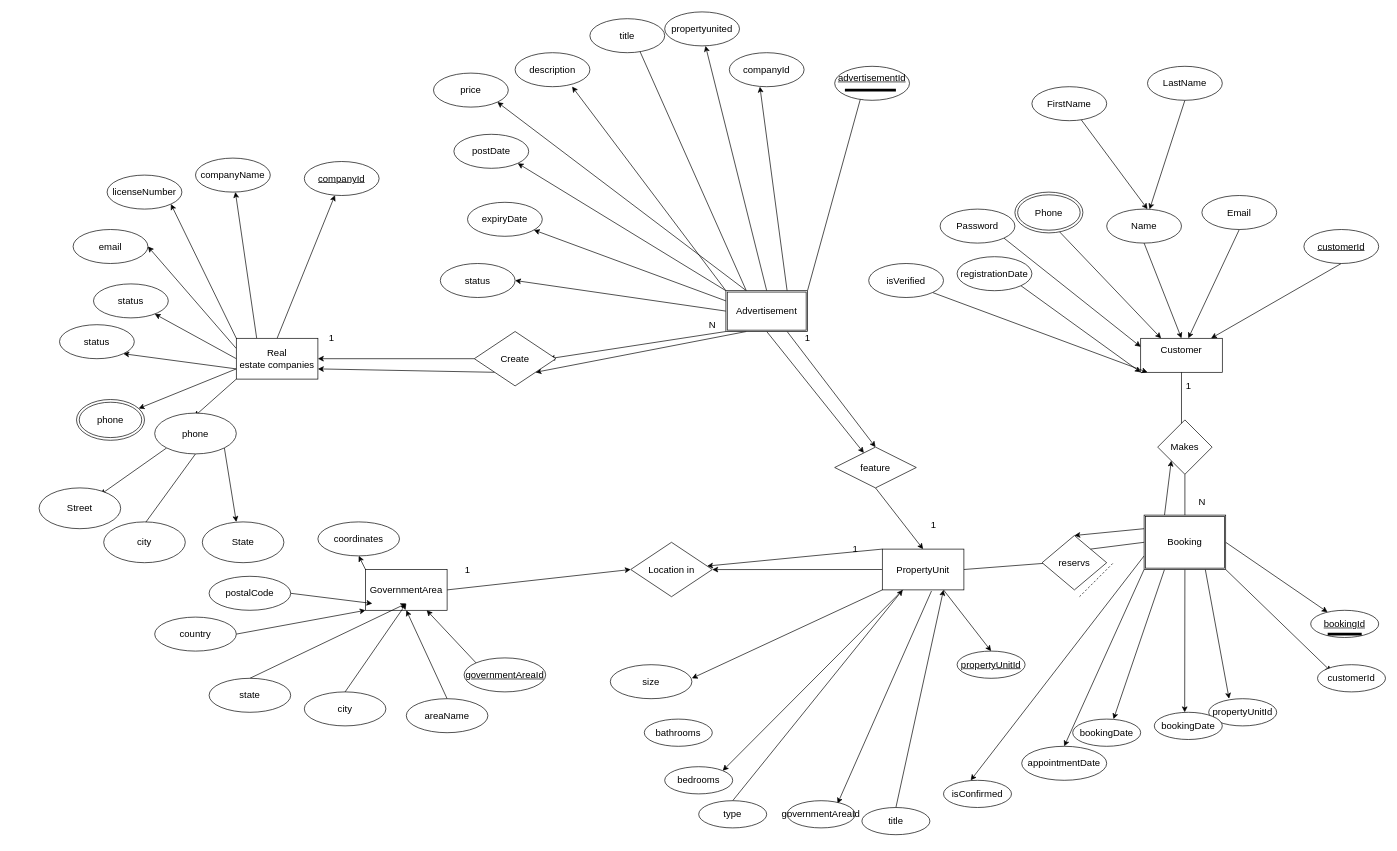
Earlier version of the draw.io diagram aqary-ERD..drawio (mohamed-719/aqary-application). Source tidied: cells renumbered, new cells numbered last; positions are measured from the earlier drawing's top-left corner, leaving out a move shared by most shapes. Both pictures are drawn from the tidied source at 68%, with x=0, y=0 at pixel (39, 12).
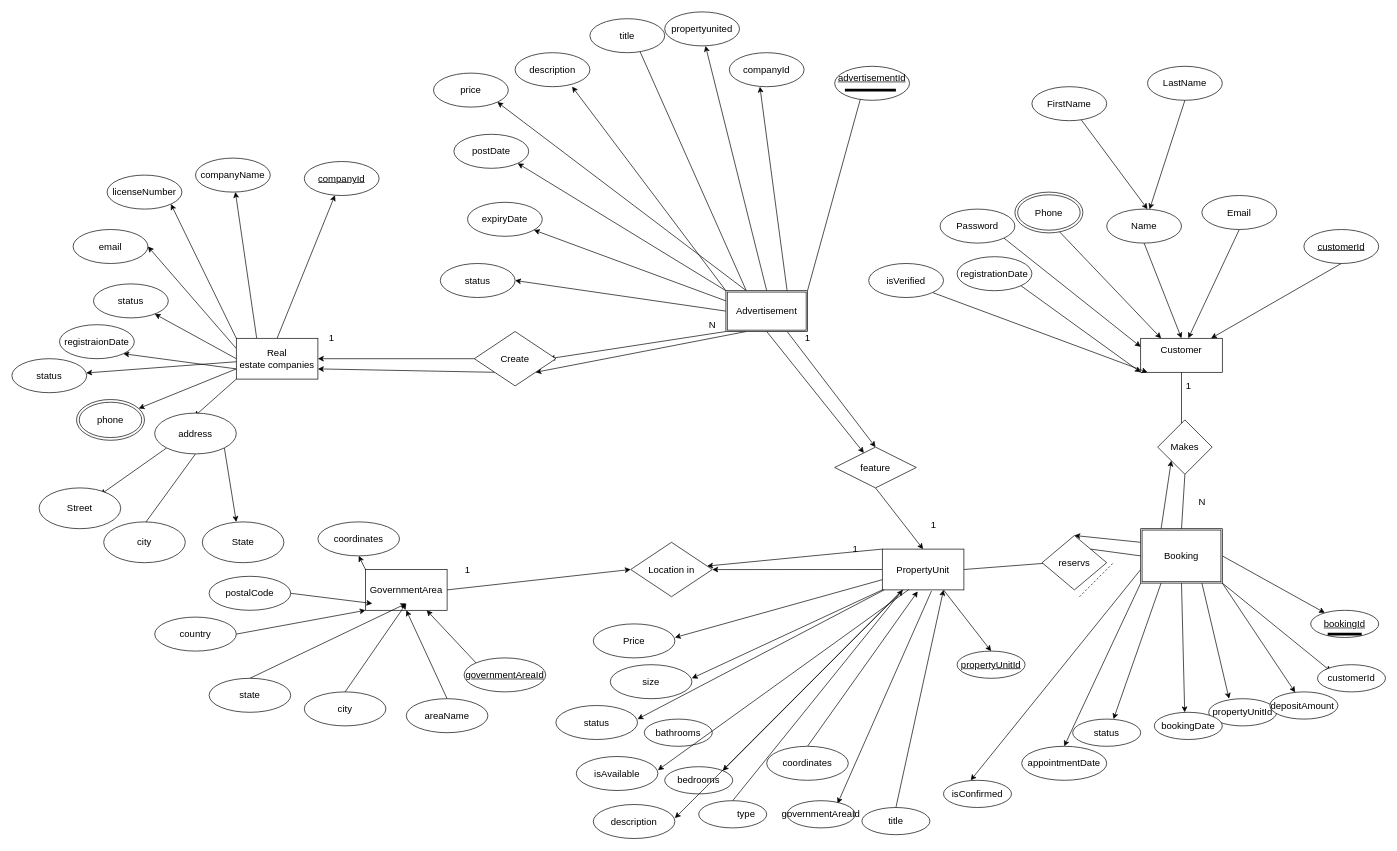
After the change.

The change refers to these unchanged cells:
```xml
<mxCell id="10" value="&lt;span style=&quot;font-size: 14px; line-height: 115%;&quot;&gt;Real&lt;br style=&quot;font-size: 14px;&quot;&gt;estate companies&lt;/span&gt;" style="rounded=0;whiteSpace=wrap;html=1;fontSize=14;" parent="1" vertex="1">
  <mxGeometry x="290" y="480" width="120" height="60" as="geometry" />
</mxCell>
<mxCell id="18" value="PropertyUnit" style="rounded=0;whiteSpace=wrap;html=1;fontSize=14;" parent="1" vertex="1">
  <mxGeometry x="1240" y="790" width="120" height="60" as="geometry" />
</mxCell>
```

Change to the diagram source:
```diff
@@
+    <mxCell id="139" style="edgeStyle=none;html=1;exitX=1;exitY=1;exitDx=0;exitDy=0;" parent="1" edge="1" source="49" target="140">
+      <mxGeometry relative="1" as="geometry" />
+    </mxCell>
     <mxCell id="49" value="Booking" style="shape=ext;double=1;rounded=0;whiteSpace=wrap;html=1;fontSize=14;" parent="1" vertex="1">
-      <mxGeometry x="1625" y="740" width="120" height="80" as="geometry" />
+      <mxGeometry x="1620" y="760" width="120" height="80" as="geometry" />
     </mxCell>
@@
-    <mxCell id="55" value="bookingDate" style="ellipse;whiteSpace=wrap;html=1;fontSize=14;" parent="1" vertex="1">
+    <mxCell id="55" value="status" style="ellipse;whiteSpace=wrap;html=1;fontSize=14;" parent="1" vertex="1">
       <mxGeometry x="1520" y="1040" width="100" height="40" as="geometry" />
     </mxCell>
@@
-    <mxCell id="69" value="&lt;div style=&quot;text-align: left; font-size: 14px;&quot;&gt;&lt;span style=&quot;background-color: initial; font-size: 14px;&quot;&gt;type&lt;/span&gt;&lt;/div&gt;" style="ellipse;whiteSpace=wrap;html=1;fontSize=14;" parent="1" vertex="1">
+    <mxCell id="69" value="&lt;blockquote style=&quot;margin: 0 0 0 40px; border: none; padding: 0px;&quot;&gt;&lt;div style=&quot;text-align: left; font-size: 14px;&quot;&gt;&lt;span style=&quot;background-color: initial; font-size: 14px;&quot;&gt;type&lt;/span&gt;&lt;/div&gt;&lt;/blockquote&gt;" style="ellipse;whiteSpace=wrap;html=1;fontSize=14;" parent="1" vertex="1">
       <mxGeometry x="970" y="1160" width="100" height="40" as="geometry" />
     </mxCell>
@@
-    <mxCell id="100" value="&lt;div style=&quot;text-align: left; font-size: 14px;&quot;&gt;&lt;span style=&quot;background-color: initial; font-size: 14px;&quot;&gt;status&lt;/span&gt;&lt;/div&gt;" style="ellipse;whiteSpace=wrap;html=1;fontSize=14;" parent="1" vertex="1">
+    <mxCell id="100" value="&lt;div style=&quot;text-align: left; font-size: 14px;&quot;&gt;&lt;span style=&quot;background-color: initial; font-size: 14px;&quot;&gt;registraionDate&lt;/span&gt;&lt;/div&gt;" style="ellipse;whiteSpace=wrap;html=1;fontSize=14;" parent="1" vertex="1">
       <mxGeometry x="30" y="460" width="110" height="50" as="geometry" />
     </mxCell>
@@
-    <mxCell id="110" value="phone" style="ellipse;whiteSpace=wrap;html=1;fontSize=14;" parent="1" vertex="1">
+    <mxCell id="110" value="address" style="ellipse;whiteSpace=wrap;html=1;fontSize=14;" parent="1" vertex="1">
       <mxGeometry x="170" y="590" width="120" height="60" as="geometry" />
     </mxCell>
@@
+    <mxCell id="140" value="&lt;p&gt;depositAmount&amp;nbsp;&lt;/p&gt;" style="ellipse;whiteSpace=wrap;html=1;fontSize=14;" parent="1" vertex="1">
+      <mxGeometry x="1810" y="1000" width="100" height="40" as="geometry" />
+    </mxCell>
+    <mxCell id="141" style="edgeStyle=none;html=1;exitX=0;exitY=0.75;exitDx=0;exitDy=0;fontSize=14;" parent="1" edge="1" source="18">
+      <mxGeometry relative="1" as="geometry">
+        <mxPoint x="935" y="920" as="targetPoint" />
+      </mxGeometry>
+    </mxCell>
+    <mxCell id="142" value="Price" style="ellipse;whiteSpace=wrap;html=1;fontSize=14;" parent="1" vertex="1">
+      <mxGeometry x="815" y="900" width="120" height="50" as="geometry" />
+    </mxCell>
+    <mxCell id="143" style="edgeStyle=none;html=1;fontSize=14;" parent="1" edge="1" source="18">
+      <mxGeometry relative="1" as="geometry">
+        <mxPoint x="880" y="1040" as="targetPoint" />
+      </mxGeometry>
+    </mxCell>
+    <mxCell id="144" value="status" style="ellipse;whiteSpace=wrap;html=1;fontSize=14;" parent="1" vertex="1">
+      <mxGeometry x="760" y="1020" width="120" height="50" as="geometry" />
+    </mxCell>
+    <mxCell id="145" style="edgeStyle=none;html=1;fontSize=14;exitX=0.326;exitY=0.99;exitDx=0;exitDy=0;exitPerimeter=0;" parent="1" edge="1" source="18">
+      <mxGeometry relative="1" as="geometry">
+        <mxPoint x="910" y="1115" as="targetPoint" />
+      </mxGeometry>
+    </mxCell>
+    <mxCell id="146" value="isAvailable" style="ellipse;whiteSpace=wrap;html=1;fontSize=14;" parent="1" vertex="1">
+      <mxGeometry x="790" y="1095" width="120" height="50" as="geometry" />
+    </mxCell>
+    <mxCell id="147" style="edgeStyle=none;html=1;fontSize=14;" parent="1" edge="1" source="18">
+      <mxGeometry relative="1" as="geometry">
+        <mxPoint x="935" y="1185.6" as="targetPoint" />
+      </mxGeometry>
+    </mxCell>
+    <mxCell id="148" value="description" style="ellipse;whiteSpace=wrap;html=1;fontSize=14;" parent="1" vertex="1">
+      <mxGeometry x="815" y="1165.6" width="120" height="50" as="geometry" />
+    </mxCell>
+    <mxCell id="149" style="edgeStyle=none;html=1;exitX=0.5;exitY=0;exitDx=0;exitDy=0;entryX=0.434;entryY=1.038;entryDx=0;entryDy=0;entryPerimeter=0;" parent="1" edge="1" source="150" target="18">
+      <mxGeometry relative="1" as="geometry" />
+    </mxCell>
+    <mxCell id="150" value="coordinates" style="ellipse;whiteSpace=wrap;html=1;fontSize=14;" parent="1" vertex="1">
+      <mxGeometry x="1070" y="1080" width="120" height="50" as="geometry" />
+    </mxCell>
+    <mxCell id="151" style="edgeStyle=none;html=1;fontSize=14;" parent="1" edge="1" source="10" target="152">
+      <mxGeometry relative="1" as="geometry" />
+    </mxCell>
+    <mxCell id="152" value="&lt;div style=&quot;text-align: left; font-size: 14px;&quot;&gt;&lt;span style=&quot;background-color: initial; font-size: 14px;&quot;&gt;status&lt;/span&gt;&lt;/div&gt;" style="ellipse;whiteSpace=wrap;html=1;fontSize=14;" parent="1" vertex="1">
+      <mxGeometry x="-40" y="510" width="110" height="50" as="geometry" />
+    </mxCell>
```
